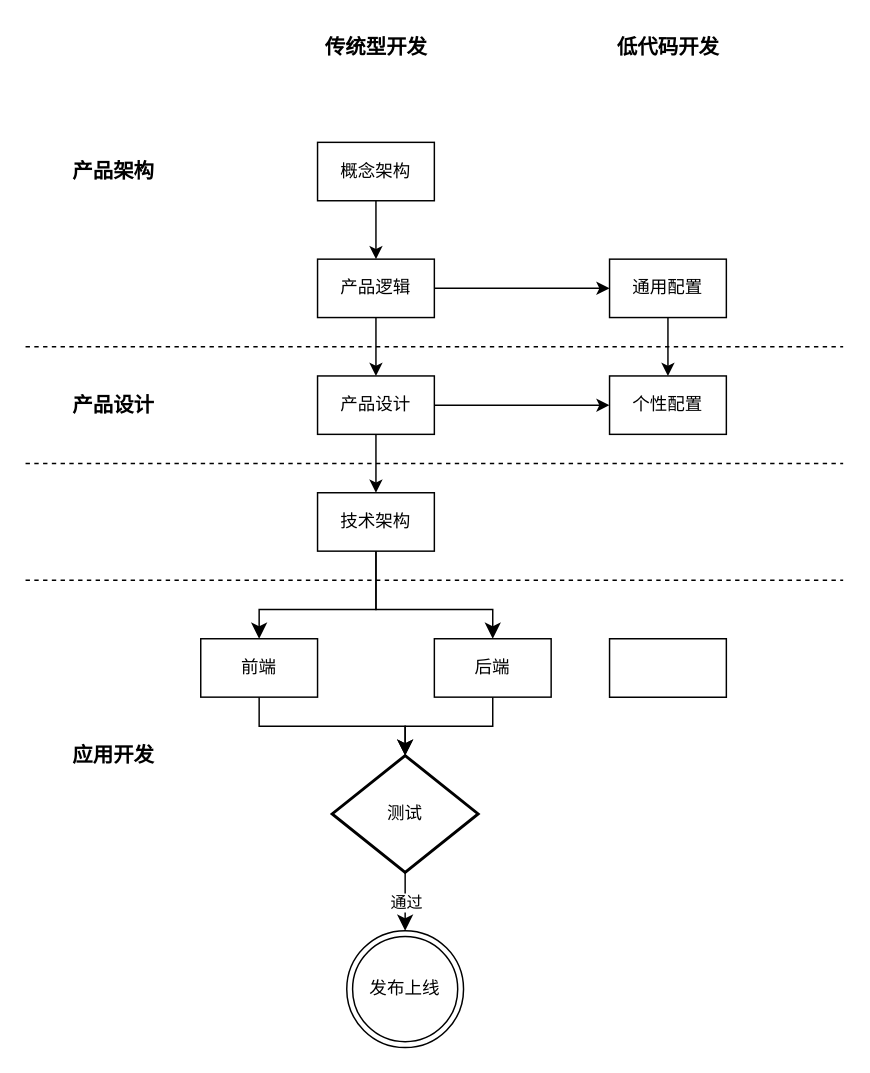
The draw.io diagram 低代码与传统模式开发流程差异.drawio in zy380196088/draw-workspace, before the edit. Source tidied: cells renumbered, new cells numbered last; positions are measured from the earlier drawing's top-left corner, leaving out a move shared by most shapes. Both pictures are drawn from the tidied source at 146%, with x=0, y=0 at pixel (25, 25).
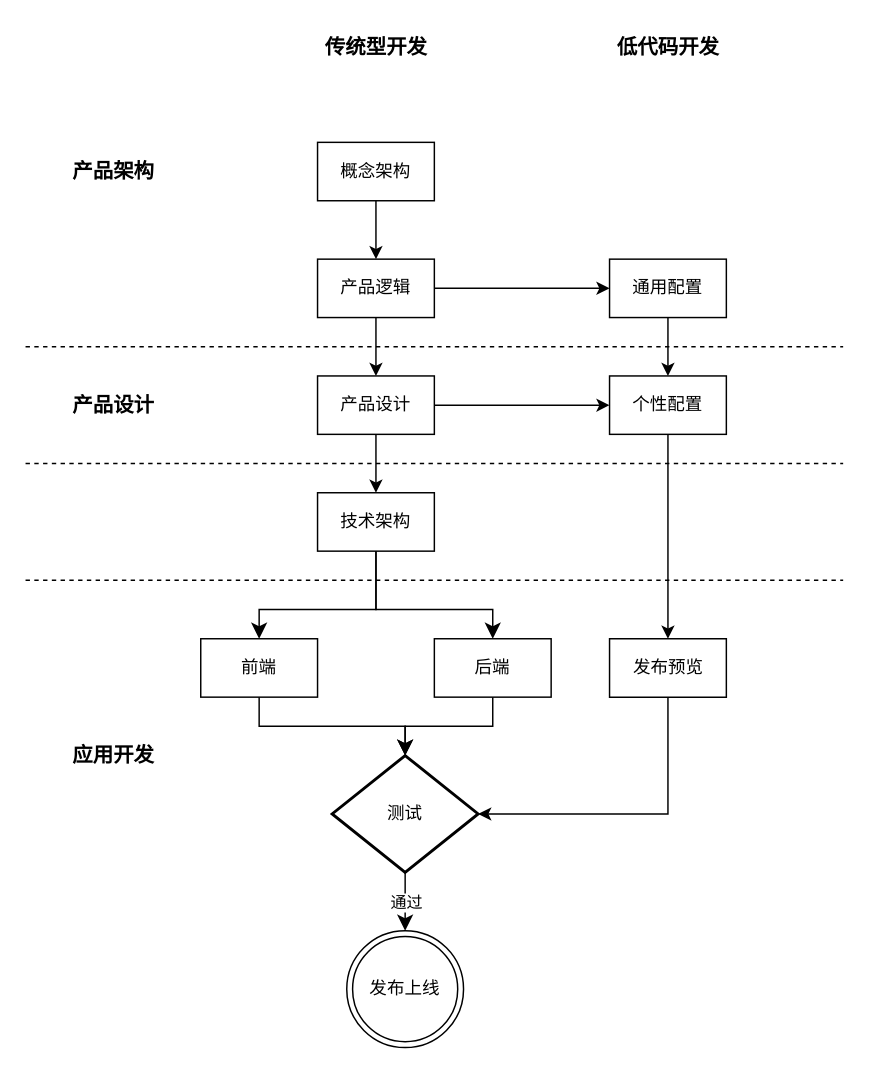
Above is the later version.

Commit message:
更新低代码与传统模式开发流程差异.drawio

Unchanged cells that the change refers to:
```xml
<mxCell id="7" value="个性配置" style="rounded=0;whiteSpace=wrap;html=1;fontSize=12;glass=0;strokeWidth=1;shadow=0;labelBackgroundColor=none;" parent="1" vertex="1">
  <mxGeometry x="400" y="240" width="80" height="40" as="geometry" />
</mxCell>
<mxCell id="27" value="测试" style="strokeWidth=2;html=1;shape=mxgraph.flowchart.decision;whiteSpace=wrap;labelBackgroundColor=none;" parent="1" vertex="1">
  <mxGeometry x="210" y="500" width="100" height="80" as="geometry" />
</mxCell>
```

Diff of the diagram source:
```diff
@@
+    <mxCell id="33" style="edgeStyle=orthogonalEdgeStyle;rounded=0;jettySize=auto;html=1;exitX=0.5;exitY=1;exitDx=0;exitDy=0;" parent="1" edge="1" source="7" target="32">
+      <mxGeometry relative="1" as="geometry" />
+    </mxCell>
@@
-    <mxCell id="32" style="verticalLabelPosition=bottom;verticalAlign=top;html=1;shape=mxgraph.basic.rect;fillColor2=none;strokeWidth=1;size=20;indent=5;" parent="1" vertex="1">
+    <mxCell id="32" value="发布预览" style="verticalLabelPosition=middle;verticalAlign=middle;html=1;shape=mxgraph.basic.rect;fillColor2=none;strokeWidth=1;size=20;indent=5;align=center;labelPosition=center;" parent="1" vertex="1">
       <mxGeometry x="400" y="420" width="80" height="40" as="geometry" />
     </mxCell>
+    <mxCell id="34" style="edgeStyle=orthogonalEdgeStyle;rounded=0;jettySize=auto;html=1;entryX=1;entryY=0.5;entryDx=0;entryDy=0;entryPerimeter=0;" parent="1" edge="1" source="32" target="27">
+      <mxGeometry relative="1" as="geometry">
+        <Array as="points">
+          <mxPoint x="440" y="540" />
+        </Array>
+      </mxGeometry>
+    </mxCell>
```
